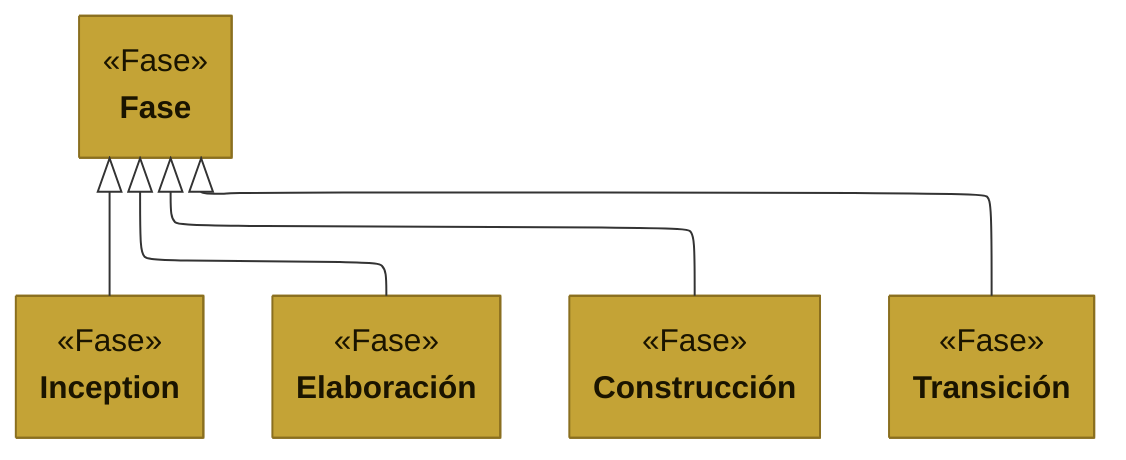
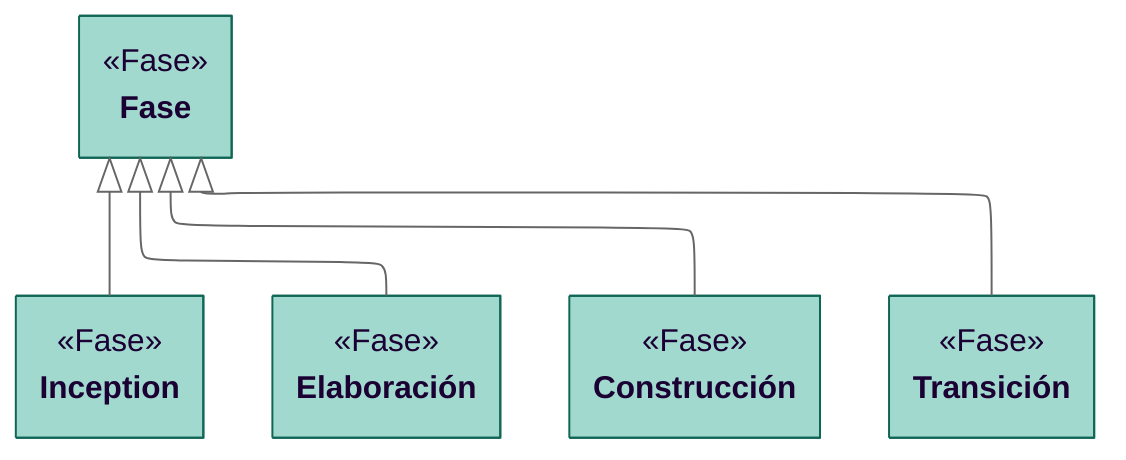
---
config:
    layout: elk
    class:
        hideEmptyMembersBox: true
+     theme: neutral
---
classDiagram

class Fase["Fase"]:::fase {
    <<Fase>>
}
class FaseInception["Inception"]:::fase {
    <<Fase>>
}
class FaseElaboracion["Elaboración"]:::fase {
    <<Fase>>
}
class FaseConstruccion["Construcción"]:::fase {
    <<Fase>>
}
class FaseTransicion["Transición"]:::fase {
    <<Fase>>
}

Fase <|-- FaseInception
Fase <|-- FaseElaboracion
Fase <|-- FaseConstruccion
Fase <|-- FaseTransicion

- classDef fase fill:#c4a336,stroke:#8a6f1f,color:#1a1400+ classDef fase fill:#A2D9CE,stroke:#0E6655,color:#1a0033